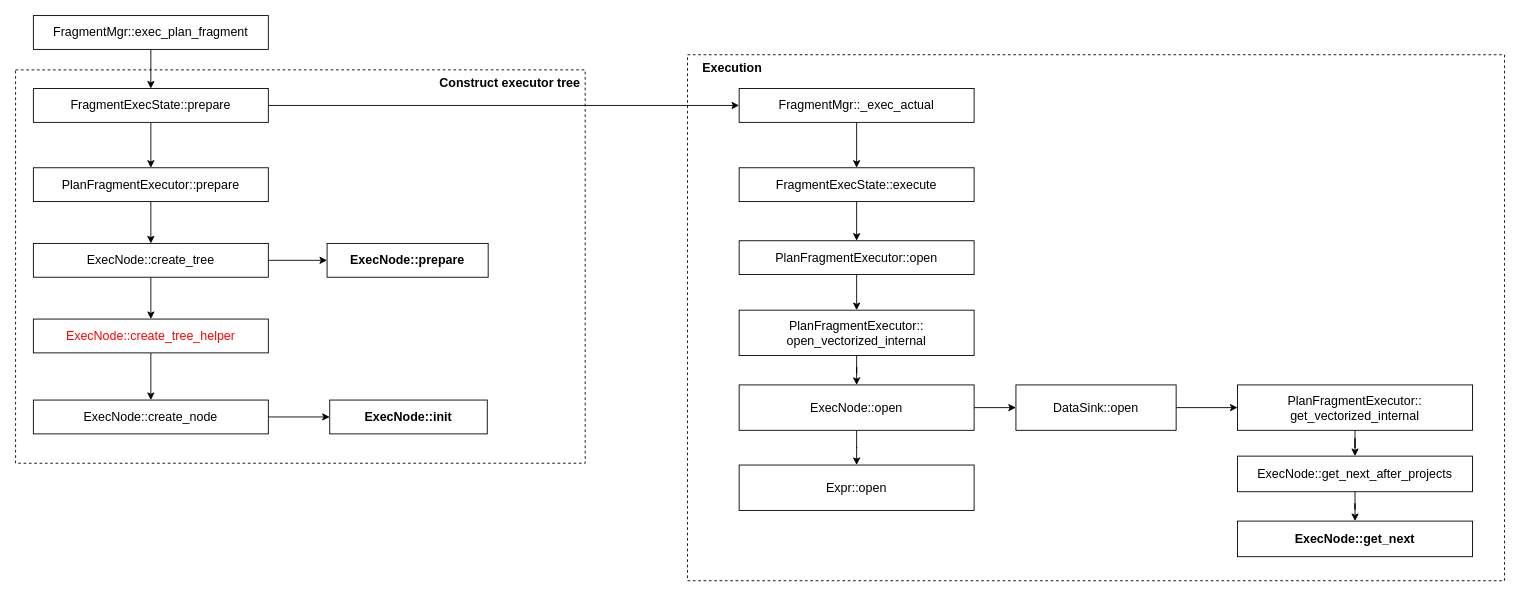
Above: doris.drawio in Holworth/DrawIO (draw.io), before the change. Source tidied: cells renumbered, new cells numbered last; positions are measured from the earlier drawing's top-left corner, leaving out a move shared by most shapes. Both pictures are drawn from the tidied source at 89%, with x=0, y=0 at pixel (15, 15).
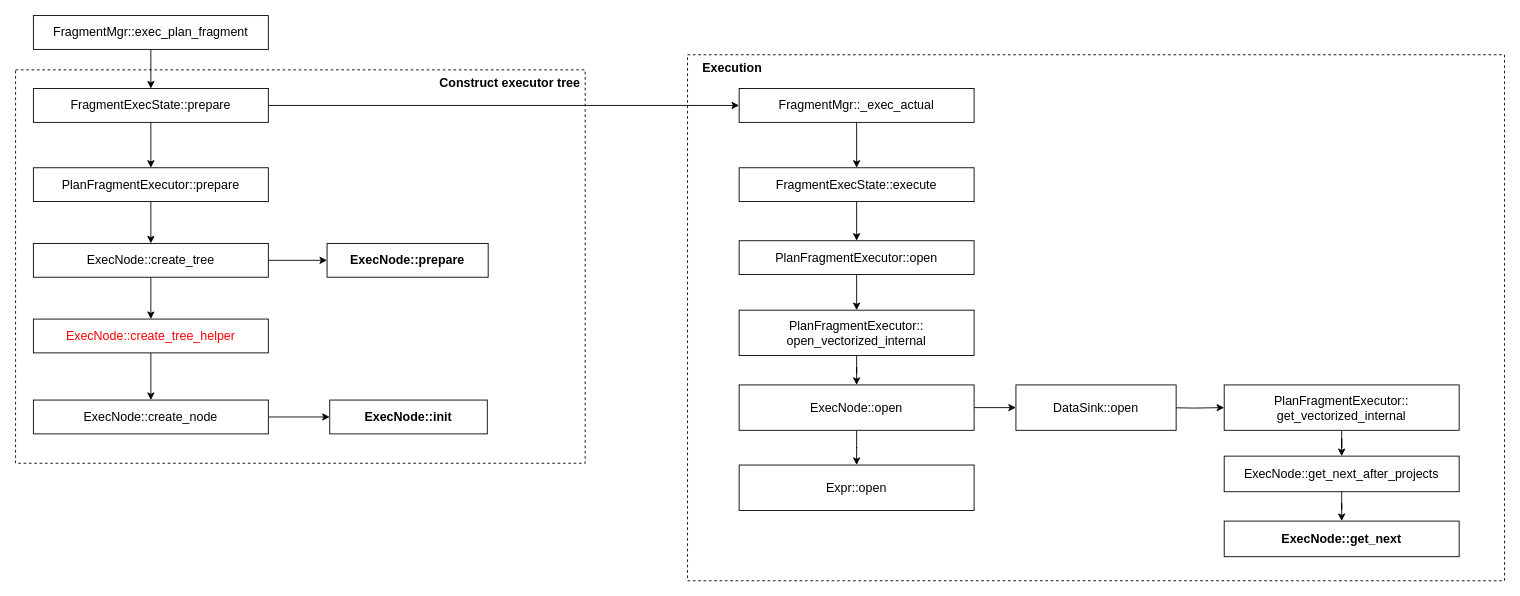
Above is the later version.

Unchanged cells that the change refers to:
```xml
<mxCell id="40" value="&lt;font style=&quot;font-size: 14px;&quot;&gt;DataSink::open&lt;br&gt;&lt;/font&gt;" style="rounded=0;whiteSpace=wrap;html=1;" parent="1" vertex="1">
  <mxGeometry x="1124" y="415" width="180" height="51" as="geometry" />
</mxCell>
```

Change to the diagram source:
```diff
@@
     <mxCell id="29" value="&lt;font style=&quot;font-size: 14px;&quot;&gt;PlanFragmentExecutor::&lt;br&gt;get_vectorized_internal&lt;br&gt;&lt;/font&gt;" style="rounded=0;whiteSpace=wrap;html=1;" parent="1" vertex="1">
-      <mxGeometry x="1373" y="415" width="264" height="51" as="geometry" />
+      <mxGeometry x="1358" y="415" width="264" height="51" as="geometry" />
     </mxCell>
@@
     <mxCell id="31" value="&lt;font style=&quot;font-size: 14px;&quot;&gt;ExecNode::get_next_after_projects&lt;br&gt;&lt;/font&gt;" style="rounded=0;whiteSpace=wrap;html=1;" parent="1" vertex="1">
-      <mxGeometry x="1373" y="495" width="264" height="40" as="geometry" />
+      <mxGeometry x="1358" y="495" width="264" height="40" as="geometry" />
     </mxCell>
     <mxCell id="32" value="&lt;font style=&quot;font-size: 14px;&quot;&gt;&lt;b&gt;ExecNode::get_next&lt;/b&gt;&lt;br&gt;&lt;/font&gt;" style="rounded=0;whiteSpace=wrap;html=1;" parent="1" vertex="1">
-      <mxGeometry x="1373" y="568" width="264" height="40" as="geometry" />
+      <mxGeometry x="1358" y="568" width="264" height="40" as="geometry" />
     </mxCell>
@@
-    <mxCell id="39" style="edgeStyle=orthogonalEdgeStyle;rounded=0;jettySize=auto;html=1;entryX=0;entryY=0.5;entryDx=0;entryDy=0;" parent="1" edge="1" source="40" target="29">
-      <mxGeometry relative="1" as="geometry" />
+    <mxCell id="39" style="edgeStyle=orthogonalEdgeStyle;rounded=0;jettySize=auto;html=1;entryX=0;entryY=0.5;entryDx=0;entryDy=0;" parent="1" edge="1" target="29">
+      <mxGeometry relative="1" as="geometry">
+        <mxPoint x="1289" y="440.5" as="sourcePoint" />
+      </mxGeometry>
     </mxCell>
```
